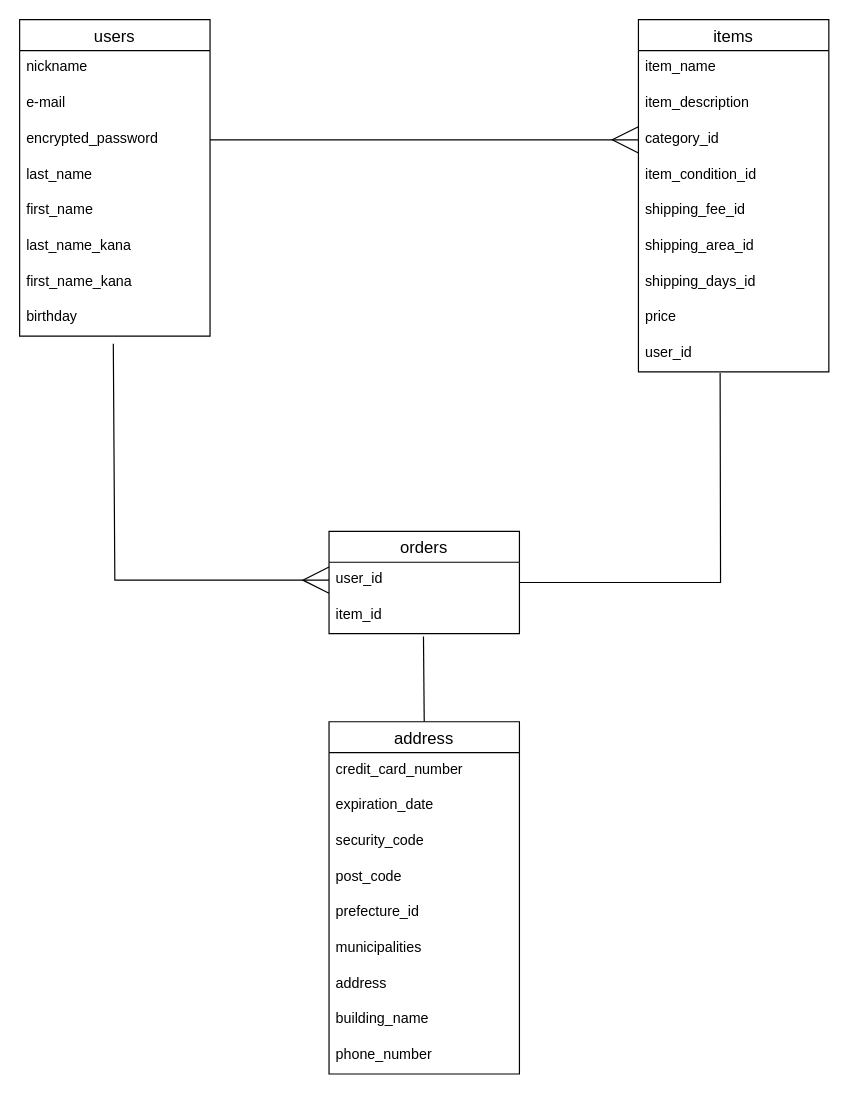
This is furima.dio from annkw0713/furima-38979, a draw.io file, before an edit. Source tidied: cells renumbered, new cells numbered last; positions are measured from the earlier drawing's top-left corner, leaving out a move shared by most shapes. Both pictures are drawn from the tidied source at 119%, with x=0, y=0 at pixel (19, 19).
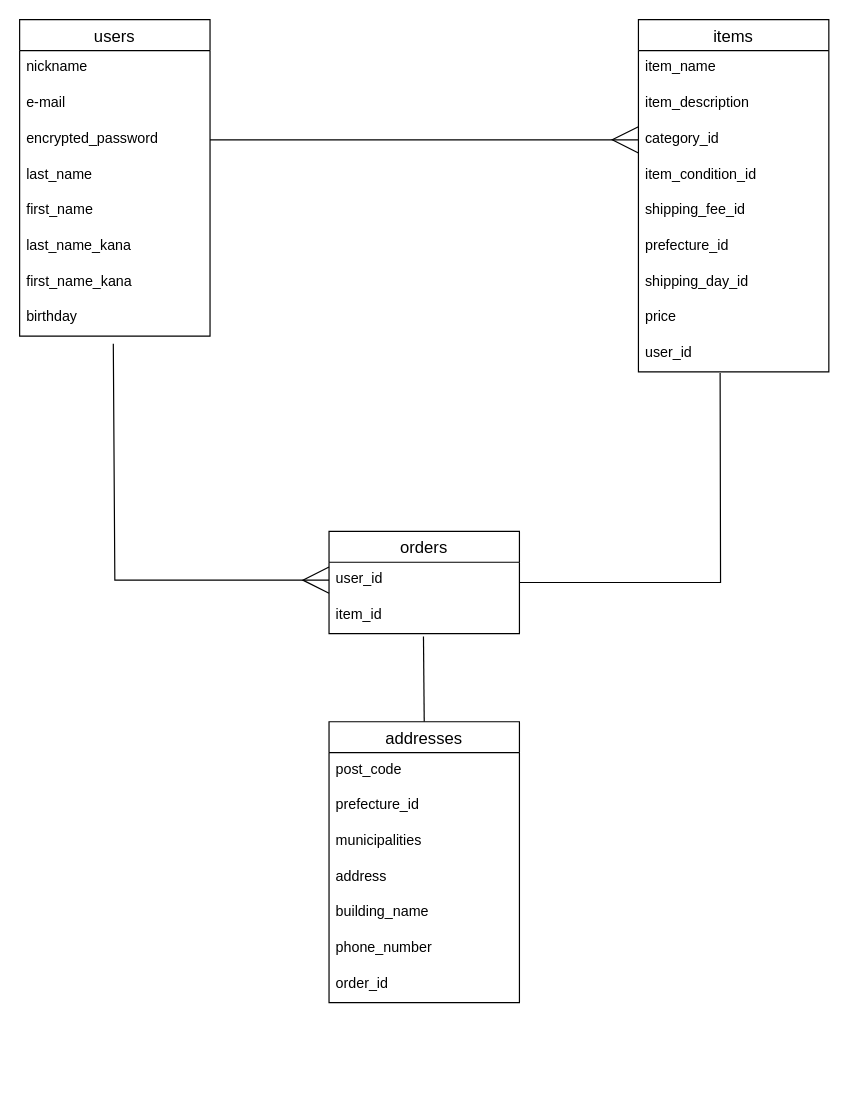
The same page after the edit.

Commit message (it also covers changes not shown here):
ER図とREADMEの再修正

The change refers to these unchanged cells:
```xml
<mxCell id="11" value="items" style="swimlane;fontStyle=0;horizontal=1;startSize=26;align=center;fontSize=14;" parent="1" vertex="1">
  <mxGeometry x="520" width="160" height="296" as="geometry" />
</mxCell>
```

What changed in the source:
```diff
@@
-    <mxCell id="17" value="shipping_area_id" style="text;strokeColor=none;fillColor=none;spacingLeft=4;spacingRight=4;overflow=hidden;fontSize=12;" parent="11" vertex="1">
+    <mxCell id="17" value="prefecture_id" style="text;strokeColor=none;fillColor=none;spacingLeft=4;spacingRight=4;overflow=hidden;fontSize=12;" parent="11" vertex="1">
       <mxGeometry y="176" width="160" height="30" as="geometry" />
     </mxCell>
-    <mxCell id="18" value="shipping_days_id" style="text;strokeColor=none;fillColor=none;spacingLeft=4;spacingRight=4;overflow=hidden;fontSize=12;" parent="11" vertex="1">
+    <mxCell id="18" value="shipping_day_id" style="text;strokeColor=none;fillColor=none;spacingLeft=4;spacingRight=4;overflow=hidden;fontSize=12;" parent="11" vertex="1">
       <mxGeometry y="206" width="160" height="30" as="geometry" />
     </mxCell>
@@
-    <mxCell id="29" value="address" style="swimlane;fontStyle=0;horizontal=1;startSize=26;align=center;fontSize=14;" parent="1" vertex="1">
-      <mxGeometry x="260" y="590" width="160" height="296" as="geometry" />
+    <mxCell id="29" value="addresses" style="swimlane;fontStyle=0;horizontal=1;startSize=26;align=center;fontSize=14;" parent="1" vertex="1">
+      <mxGeometry x="260" y="590" width="160" height="236" as="geometry" />
     </mxCell>
-    <mxCell id="30" value="credit_card_number" style="text;strokeColor=none;fillColor=none;spacingLeft=4;spacingRight=4;overflow=hidden;fontSize=12;" parent="29" vertex="1">
-      <mxGeometry y="26" width="160" height="30" as="geometry" />
-    </mxCell>
-    <mxCell id="31" value="expiration_date" style="text;strokeColor=none;fillColor=none;spacingLeft=4;spacingRight=4;overflow=hidden;fontSize=12;" parent="29" vertex="1">
-      <mxGeometry y="56" width="160" height="30" as="geometry" />
-    </mxCell>
-    <mxCell id="32" value="security_code" style="text;strokeColor=none;fillColor=none;spacingLeft=4;spacingRight=4;overflow=hidden;fontSize=12;" parent="29" vertex="1">
-      <mxGeometry y="86" width="160" height="30" as="geometry" />
-    </mxCell>
     <mxCell id="33" value="post_code" style="text;strokeColor=none;fillColor=none;spacingLeft=4;spacingRight=4;overflow=hidden;fontSize=12;" parent="29" vertex="1">
-      <mxGeometry y="116" width="160" height="30" as="geometry" />
+      <mxGeometry y="26" width="160" height="30" as="geometry" />
     </mxCell>
     <mxCell id="34" value="prefecture_id" style="text;strokeColor=none;fillColor=none;spacingLeft=4;spacingRight=4;overflow=hidden;fontSize=12;" parent="29" vertex="1">
-      <mxGeometry y="146" width="160" height="30" as="geometry" />
+      <mxGeometry y="56" width="160" height="30" as="geometry" />
     </mxCell>
     <mxCell id="35" value="municipalities" style="text;strokeColor=none;fillColor=none;spacingLeft=4;spacingRight=4;overflow=hidden;fontSize=12;" parent="29" vertex="1">
-      <mxGeometry y="176" width="160" height="30" as="geometry" />
+      <mxGeometry y="86" width="160" height="30" as="geometry" />
     </mxCell>
     <mxCell id="36" value="address" style="text;strokeColor=none;fillColor=none;spacingLeft=4;spacingRight=4;overflow=hidden;fontSize=12;" parent="29" vertex="1">
-      <mxGeometry y="206" width="160" height="30" as="geometry" />
+      <mxGeometry y="116" width="160" height="30" as="geometry" />
     </mxCell>
     <mxCell id="37" value="building_name" style="text;strokeColor=none;fillColor=none;spacingLeft=4;spacingRight=4;overflow=hidden;fontSize=12;" parent="29" vertex="1">
-      <mxGeometry y="236" width="160" height="30" as="geometry" />
+      <mxGeometry y="146" width="160" height="30" as="geometry" />
     </mxCell>
     <mxCell id="38" value="phone_number" style="text;strokeColor=none;fillColor=none;spacingLeft=4;spacingRight=4;overflow=hidden;fontSize=12;" parent="29" vertex="1">
-      <mxGeometry y="266" width="160" height="30" as="geometry" />
+      <mxGeometry y="176" width="160" height="30" as="geometry" />
     </mxCell>
+    <mxCell id="39" value="order_id" style="text;strokeColor=none;fillColor=none;spacingLeft=4;spacingRight=4;overflow=hidden;fontSize=12;" parent="29" vertex="1">
+      <mxGeometry y="206" width="160" height="30" as="geometry" />
+    </mxCell>
```
